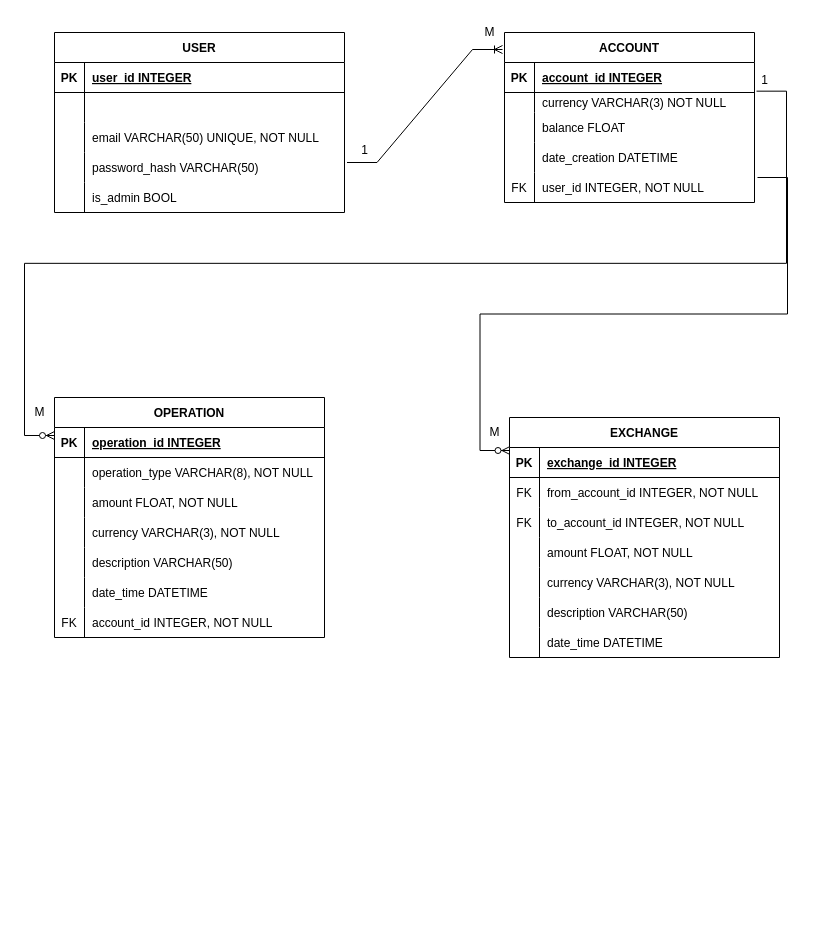
Earlier version of the draw.io diagram Currency_exchange.drawio (danilo90lan/API_Web_Server_Currency_Exchange). Source tidied: cells renumbered, new cells numbered last; positions are measured from the earlier drawing's top-left corner, leaving out a move shared by most shapes. Both pictures are drawn from the tidied source at 100%, with x=0, y=0 at pixel (24, 17).
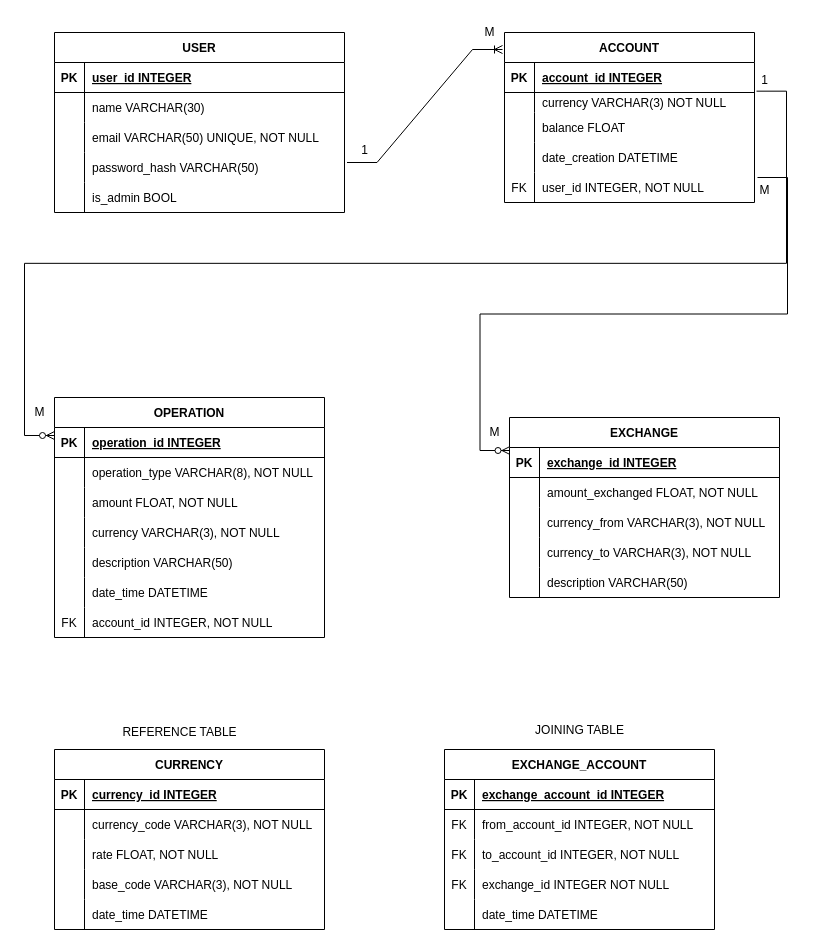
Above is the later version.

Unchanged cells that the change refers to:
```xml
<mxCell id="6" style="shape=partialRectangle;fillColor=none;top=0;left=0;right=0;bottom=0;" parent="2" vertex="1">
  <mxGeometry y="60" width="290" height="30" as="geometry" />
</mxCell>
<mxCell id="60" style="shape=partialRectangle;fillColor=none;top=0;left=0;right=0;bottom=0;" parent="56" vertex="1">
  <mxGeometry y="60" width="270" height="30" as="geometry" />
</mxCell>
<mxCell id="63" style="shape=partialRectangle;fillColor=none;top=0;left=0;right=0;bottom=0;" parent="56" vertex="1">
  <mxGeometry y="90" width="270" height="30" as="geometry" />
</mxCell>
```

What changed in the source:
```diff
@@
-    <mxCell id="8" style="shape=partialRectangle;overflow=hidden;fillColor=none;top=0;left=0;bottom=0;right=0;align=left;spacingLeft=6;" parent="6" vertex="1">
+    <mxCell id="8" value="name VARCHAR(30)" style="shape=partialRectangle;overflow=hidden;fillColor=none;top=0;left=0;bottom=0;right=0;align=left;spacingLeft=6;" parent="6" vertex="1">
       <mxGeometry x="30" width="260" height="30" as="geometry" />
     </mxCell>
@@
     <mxCell id="56" value="EXCHANGE" style="shape=table;startSize=30;childLayout=tableLayout;rowLines=0;fontStyle=1;align=center;" parent="1" vertex="1">
-      <mxGeometry x="485" y="400" width="270" height="240" as="geometry" />
+      <mxGeometry x="485" y="400" width="270" height="180" as="geometry" />
     </mxCell>
@@
-    <mxCell id="61" value="FK" style="shape=partialRectangle;overflow=hidden;fillColor=none;top=0;left=0;bottom=0;right=0;" parent="60" vertex="1">
+    <mxCell id="61" style="shape=partialRectangle;overflow=hidden;fillColor=none;top=0;left=0;bottom=0;right=0;" parent="60" vertex="1">
       <mxGeometry width="30" height="30" as="geometry" />
     </mxCell>
-    <mxCell id="62" value="from_account_id INTEGER, NOT NULL" style="shape=partialRectangle;overflow=hidden;fillColor=none;top=0;left=0;bottom=0;right=0;align=left;spacingLeft=6;" parent="60" vertex="1">
+    <mxCell id="62" value="amount_exchanged FLOAT, NOT NULL" style="shape=partialRectangle;overflow=hidden;fillColor=none;top=0;left=0;bottom=0;right=0;align=left;spacingLeft=6;" parent="60" vertex="1">
       <mxGeometry x="30" width="240" height="30" as="geometry" />
     </mxCell>
@@
-    <mxCell id="64" value="FK" style="shape=partialRectangle;overflow=hidden;fillColor=none;top=0;left=0;bottom=0;right=0;" parent="63" vertex="1">
+    <mxCell id="64" style="shape=partialRectangle;overflow=hidden;fillColor=none;top=0;left=0;bottom=0;right=0;" parent="63" vertex="1">
       <mxGeometry width="30" height="30" as="geometry" />
     </mxCell>
-    <mxCell id="65" value="to_account_id INTEGER, NOT NULL" style="shape=partialRectangle;overflow=hidden;fillColor=none;top=0;left=0;bottom=0;right=0;align=left;spacingLeft=6;" parent="63" vertex="1">
+    <mxCell id="65" value="currency_from VARCHAR(3), NOT NULL" style="shape=partialRectangle;overflow=hidden;fillColor=none;top=0;left=0;bottom=0;right=0;align=left;spacingLeft=6;" parent="63" vertex="1">
       <mxGeometry x="30" width="240" height="30" as="geometry" />
     </mxCell>
+    <mxCell id="86" style="shape=partialRectangle;fillColor=none;top=0;left=0;right=0;bottom=0;" parent="56" vertex="1">
+      <mxGeometry y="120" width="270" height="30" as="geometry" />
+    </mxCell>
+    <mxCell id="87" style="shape=partialRectangle;overflow=hidden;fillColor=none;top=0;left=0;bottom=0;right=0;" parent="86" vertex="1">
+      <mxGeometry width="30" height="30" as="geometry" />
+    </mxCell>
+    <mxCell id="88" value="currency_to VARCHAR(3), NOT NULL" style="shape=partialRectangle;overflow=hidden;fillColor=none;top=0;left=0;bottom=0;right=0;align=left;spacingLeft=6;" parent="86" vertex="1">
+      <mxGeometry x="30" width="240" height="30" as="geometry" />
+    </mxCell>
     <mxCell id="66" style="shape=partialRectangle;fillColor=none;top=0;left=0;right=0;bottom=0;" parent="56" vertex="1">
-      <mxGeometry y="120" width="270" height="30" as="geometry" />
+      <mxGeometry y="150" width="270" height="30" as="geometry" />
     </mxCell>
@@
-    <mxCell id="68" value="amount FLOAT, NOT NULL" style="shape=partialRectangle;overflow=hidden;fillColor=none;top=0;left=0;bottom=0;right=0;align=left;spacingLeft=6;" parent="66" vertex="1">
+    <mxCell id="68" value="description VARCHAR(50)" style="shape=partialRectangle;overflow=hidden;fillColor=none;top=0;left=0;bottom=0;right=0;align=left;spacingLeft=6;" parent="66" vertex="1">
       <mxGeometry x="30" width="240" height="30" as="geometry" />
     </mxCell>
-    <mxCell id="69" style="shape=partialRectangle;fillColor=none;top=0;left=0;right=0;bottom=0;" parent="56" vertex="1">
-      <mxGeometry y="150" width="270" height="30" as="geometry" />
-    </mxCell>
-    <mxCell id="70" style="shape=partialRectangle;overflow=hidden;fillColor=none;top=0;left=0;bottom=0;right=0;" parent="69" vertex="1">
-      <mxGeometry width="30" height="30" as="geometry" />
-    </mxCell>
-    <mxCell id="71" value="currency VARCHAR(3), NOT NULL" style="shape=partialRectangle;overflow=hidden;fillColor=none;top=0;left=0;bottom=0;right=0;align=left;spacingLeft=6;" parent="69" vertex="1">
-      <mxGeometry x="30" width="240" height="30" as="geometry" />
-    </mxCell>
-    <mxCell id="72" style="shape=partialRectangle;fillColor=none;top=0;left=0;right=0;bottom=0;" parent="56" vertex="1">
-      <mxGeometry y="180" width="270" height="30" as="geometry" />
-    </mxCell>
-    <mxCell id="73" style="shape=partialRectangle;overflow=hidden;fillColor=none;top=0;left=0;bottom=0;right=0;" parent="72" vertex="1">
-      <mxGeometry width="30" height="30" as="geometry" />
-    </mxCell>
-    <mxCell id="74" value="description VARCHAR(50)" style="shape=partialRectangle;overflow=hidden;fillColor=none;top=0;left=0;bottom=0;right=0;align=left;spacingLeft=6;" parent="72" vertex="1">
-      <mxGeometry x="30" width="240" height="30" as="geometry" />
-    </mxCell>
-    <mxCell id="75" style="shape=partialRectangle;fillColor=none;top=0;left=0;right=0;bottom=0;" parent="56" vertex="1">
-      <mxGeometry y="210" width="270" height="30" as="geometry" />
-    </mxCell>
-    <mxCell id="76" style="shape=partialRectangle;overflow=hidden;fillColor=none;top=0;left=0;bottom=0;right=0;" parent="75" vertex="1">
-      <mxGeometry width="30" height="30" as="geometry" />
-    </mxCell>
-    <mxCell id="77" value="date_time DATETIME" style="shape=partialRectangle;overflow=hidden;fillColor=none;top=0;left=0;bottom=0;right=0;align=left;spacingLeft=6;" parent="75" vertex="1">
-      <mxGeometry x="30" width="240" height="30" as="geometry" />
-    </mxCell>
@@
+    <mxCell id="89" value="CURRENCY" style="shape=table;startSize=30;childLayout=tableLayout;rowLines=0;fontStyle=1;align=center;" parent="1" vertex="1">
+      <mxGeometry x="30" y="732" width="270" height="180" as="geometry" />
+    </mxCell>
+    <mxCell id="90" style="shape=partialRectangle;fillColor=none;top=0;left=0;right=0;bottom=1;" parent="89" vertex="1">
+      <mxGeometry y="30" width="270" height="30" as="geometry" />
+    </mxCell>
+    <mxCell id="91" value="PK" style="shape=partialRectangle;overflow=hidden;fillColor=none;top=0;left=0;bottom=0;right=0;fontStyle=1;" parent="90" vertex="1">
+      <mxGeometry width="30" height="30" as="geometry" />
+    </mxCell>
+    <mxCell id="92" value="currency_id INTEGER" style="shape=partialRectangle;overflow=hidden;fillColor=none;top=0;left=0;bottom=0;right=0;align=left;spacingLeft=6;fontStyle=5;" parent="90" vertex="1">
+      <mxGeometry x="30" width="240" height="30" as="geometry" />
+    </mxCell>
+    <mxCell id="93" style="shape=partialRectangle;fillColor=none;top=0;left=0;right=0;bottom=0;" parent="89" vertex="1">
+      <mxGeometry y="60" width="270" height="30" as="geometry" />
+    </mxCell>
+    <mxCell id="94" style="shape=partialRectangle;overflow=hidden;fillColor=none;top=0;left=0;bottom=0;right=0;" parent="93" vertex="1">
+      <mxGeometry width="30" height="30" as="geometry" />
+    </mxCell>
+    <mxCell id="95" value="currency_code VARCHAR(3), NOT NULL" style="shape=partialRectangle;overflow=hidden;fillColor=none;top=0;left=0;bottom=0;right=0;align=left;spacingLeft=6;" parent="93" vertex="1">
+      <mxGeometry x="30" width="240" height="30" as="geometry" />
+    </mxCell>
+    <mxCell id="96" style="shape=partialRectangle;fillColor=none;top=0;left=0;right=0;bottom=0;" parent="89" vertex="1">
+      <mxGeometry y="90" width="270" height="30" as="geometry" />
+    </mxCell>
+    <mxCell id="97" style="shape=partialRectangle;overflow=hidden;fillColor=none;top=0;left=0;bottom=0;right=0;" parent="96" vertex="1">
+      <mxGeometry width="30" height="30" as="geometry" />
+    </mxCell>
+    <mxCell id="98" value="rate FLOAT, NOT NULL" style="shape=partialRectangle;overflow=hidden;fillColor=none;top=0;left=0;bottom=0;right=0;align=left;spacingLeft=6;" parent="96" vertex="1">
+      <mxGeometry x="30" width="240" height="30" as="geometry" />
+    </mxCell>
+    <mxCell id="99" style="shape=partialRectangle;fillColor=none;top=0;left=0;right=0;bottom=0;" parent="89" vertex="1">
+      <mxGeometry y="120" width="270" height="30" as="geometry" />
+    </mxCell>
+    <mxCell id="100" style="shape=partialRectangle;overflow=hidden;fillColor=none;top=0;left=0;bottom=0;right=0;" parent="99" vertex="1">
+      <mxGeometry width="30" height="30" as="geometry" />
+    </mxCell>
+    <mxCell id="101" value="base_code VARCHAR(3), NOT NULL" style="shape=partialRectangle;overflow=hidden;fillColor=none;top=0;left=0;bottom=0;right=0;align=left;spacingLeft=6;" parent="99" vertex="1">
+      <mxGeometry x="30" width="240" height="30" as="geometry" />
+    </mxCell>
+    <mxCell id="102" style="shape=partialRectangle;fillColor=none;top=0;left=0;right=0;bottom=0;" parent="89" vertex="1">
+      <mxGeometry y="150" width="270" height="30" as="geometry" />
+    </mxCell>
+    <mxCell id="103" style="shape=partialRectangle;overflow=hidden;fillColor=none;top=0;left=0;bottom=0;right=0;" parent="102" vertex="1">
+      <mxGeometry width="30" height="30" as="geometry" />
+    </mxCell>
+    <mxCell id="104" value="date_time DATETIME" style="shape=partialRectangle;overflow=hidden;fillColor=none;top=0;left=0;bottom=0;right=0;align=left;spacingLeft=6;" parent="102" vertex="1">
+      <mxGeometry x="30" width="240" height="30" as="geometry" />
+    </mxCell>
+    <mxCell id="105" value="REFERENCE TABLE" style="text;html=1;align=center;verticalAlign=middle;strokeColor=none;fillColor=none;" parent="1" vertex="1">
+      <mxGeometry x="85" y="700" width="140" height="30" as="geometry" />
+    </mxCell>
+    <mxCell id="106" value="EXCHANGE_ACCOUNT" style="shape=table;startSize=30;childLayout=tableLayout;rowLines=0;fontStyle=1;align=center;" parent="1" vertex="1">
+      <mxGeometry x="420" y="732" width="270" height="180" as="geometry" />
+    </mxCell>
+    <mxCell id="107" style="shape=partialRectangle;fillColor=none;top=0;left=0;right=0;bottom=1;" parent="106" vertex="1">
+      <mxGeometry y="30" width="270" height="30" as="geometry" />
+    </mxCell>
+    <mxCell id="108" value="PK" style="shape=partialRectangle;overflow=hidden;fillColor=none;top=0;left=0;bottom=0;right=0;fontStyle=1;" parent="107" vertex="1">
+      <mxGeometry width="30" height="30" as="geometry" />
+    </mxCell>
+    <mxCell id="109" value="exchange_account_id INTEGER" style="shape=partialRectangle;overflow=hidden;fillColor=none;top=0;left=0;bottom=0;right=0;align=left;spacingLeft=6;fontStyle=5;" parent="107" vertex="1">
+      <mxGeometry x="30" width="240" height="30" as="geometry" />
+    </mxCell>
+    <mxCell id="110" style="shape=partialRectangle;fillColor=none;top=0;left=0;right=0;bottom=0;" parent="106" vertex="1">
+      <mxGeometry y="60" width="270" height="30" as="geometry" />
+    </mxCell>
+    <mxCell id="111" value="FK" style="shape=partialRectangle;overflow=hidden;fillColor=none;top=0;left=0;bottom=0;right=0;" parent="110" vertex="1">
+      <mxGeometry width="30" height="30" as="geometry" />
+    </mxCell>
+    <mxCell id="112" value="from_account_id INTEGER, NOT NULL" style="shape=partialRectangle;overflow=hidden;fillColor=none;top=0;left=0;bottom=0;right=0;align=left;spacingLeft=6;" parent="110" vertex="1">
+      <mxGeometry x="30" width="240" height="30" as="geometry" />
+    </mxCell>
+    <mxCell id="113" style="shape=partialRectangle;fillColor=none;top=0;left=0;right=0;bottom=0;" parent="106" vertex="1">
+      <mxGeometry y="90" width="270" height="30" as="geometry" />
+    </mxCell>
+    <mxCell id="114" value="FK" style="shape=partialRectangle;overflow=hidden;fillColor=none;top=0;left=0;bottom=0;right=0;" parent="113" vertex="1">
+      <mxGeometry width="30" height="30" as="geometry" />
+    </mxCell>
+    <mxCell id="115" value="to_account_id INTEGER, NOT NULL" style="shape=partialRectangle;overflow=hidden;fillColor=none;top=0;left=0;bottom=0;right=0;align=left;spacingLeft=6;" parent="113" vertex="1">
+      <mxGeometry x="30" width="240" height="30" as="geometry" />
+    </mxCell>
+    <mxCell id="116" style="shape=partialRectangle;fillColor=none;top=0;left=0;right=0;bottom=0;" parent="106" vertex="1">
+      <mxGeometry y="120" width="270" height="30" as="geometry" />
+    </mxCell>
+    <mxCell id="117" value="FK" style="shape=partialRectangle;overflow=hidden;fillColor=none;top=0;left=0;bottom=0;right=0;" parent="116" vertex="1">
+      <mxGeometry width="30" height="30" as="geometry" />
+    </mxCell>
+    <mxCell id="118" value="exchange_id INTEGER NOT NULL" style="shape=partialRectangle;overflow=hidden;fillColor=none;top=0;left=0;bottom=0;right=0;align=left;spacingLeft=6;" parent="116" vertex="1">
+      <mxGeometry x="30" width="240" height="30" as="geometry" />
+    </mxCell>
+    <mxCell id="119" style="shape=partialRectangle;fillColor=none;top=0;left=0;right=0;bottom=0;" parent="106" vertex="1">
+      <mxGeometry y="150" width="270" height="30" as="geometry" />
+    </mxCell>
+    <mxCell id="120" style="shape=partialRectangle;overflow=hidden;fillColor=none;top=0;left=0;bottom=0;right=0;" parent="119" vertex="1">
+      <mxGeometry width="30" height="30" as="geometry" />
+    </mxCell>
+    <mxCell id="121" value="date_time DATETIME" style="shape=partialRectangle;overflow=hidden;fillColor=none;top=0;left=0;bottom=0;right=0;align=left;spacingLeft=6;" parent="119" vertex="1">
+      <mxGeometry x="30" width="240" height="30" as="geometry" />
+    </mxCell>
+    <mxCell id="122" value="JOINING TABLE" style="text;html=1;align=center;verticalAlign=middle;strokeColor=none;fillColor=none;" parent="1" vertex="1">
+      <mxGeometry x="500" y="698" width="110" height="30" as="geometry" />
+    </mxCell>
+    <mxCell id="123" value="M" style="text;html=1;align=center;verticalAlign=middle;strokeColor=none;fillColor=none;" parent="1" vertex="1">
+      <mxGeometry x="725" y="158" width="30" height="30" as="geometry" />
+    </mxCell>
```
